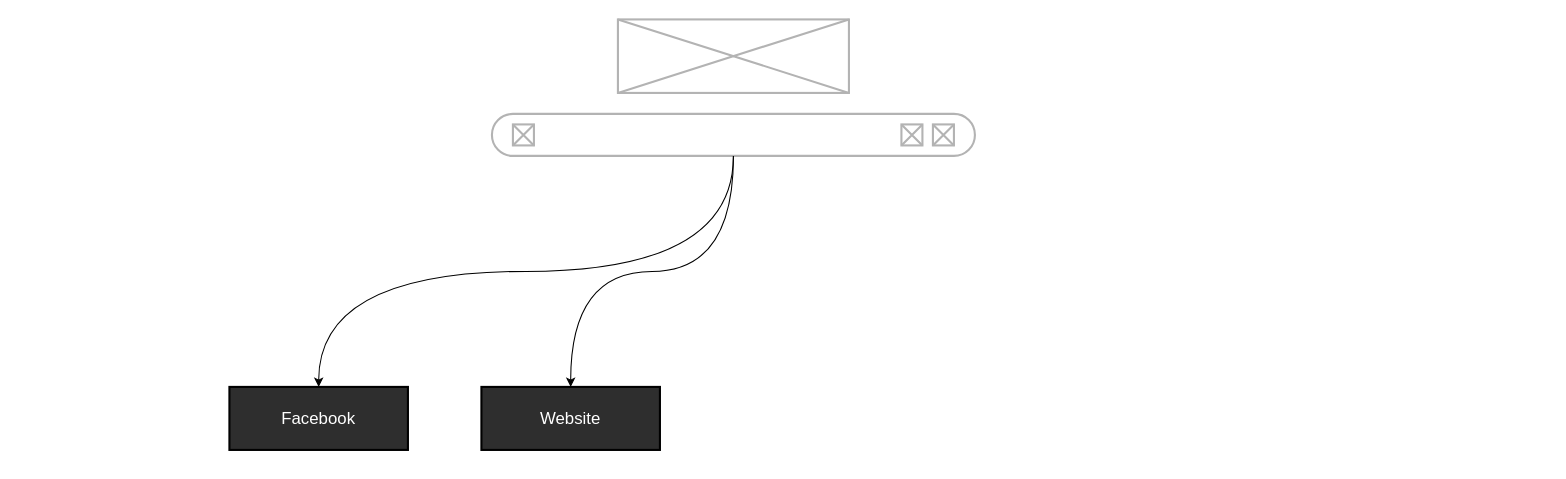
Earlier version of the draw.io diagram page "Page-13" (13 of 15) of src/pam.drawio (pegandoasmanhas/pam). Source tidied: cells renumbered, new cells numbered last; positions are measured from the earlier drawing's top-left corner, leaving out a move shared by most shapes. Both pictures are drawn from the tidied source at 105%, with x=0, y=0 at pixel (229, 19).
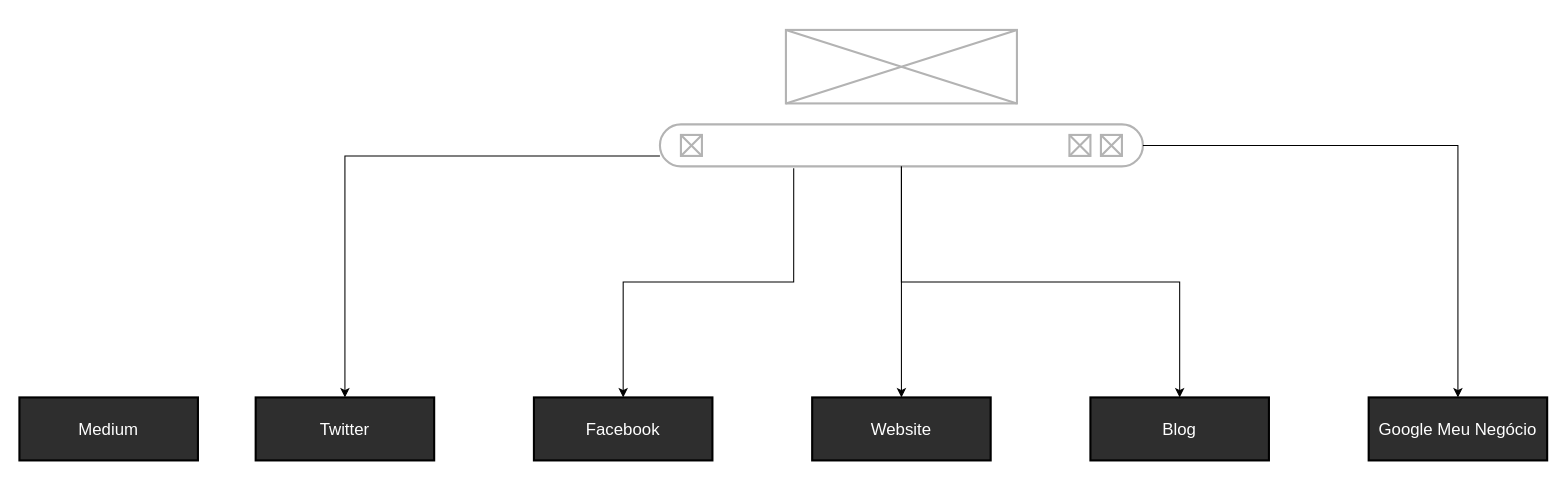
The same page after the edit.

The change refers to these unchanged cells:
```xml
<mxCell id="6" style="rounded=1;whiteSpace=wrap;html=1;sketch=0;fillWeight=-2;hachureGap=-1;hachureAngle=-41;jiggle=1;curveFitting=0.95;sketchStyle=rough;fontFamily=Comic Sans MS;fontSize=100;strokeWidth=2;arcSize=50;fillColor=none;fontColor=#CCCCCC;strokeColor=#B3B3B3;" parent="5" vertex="1">
  <mxGeometry width="460" height="40" as="geometry" />
</mxCell>
```

What changed in the source:
```diff
@@
     <mxCell id="2" value="&lt;span style=&quot;font-size: 16px&quot;&gt;Facebook&lt;/span&gt;" style="rounded=0;whiteSpace=wrap;html=1;fontFamily=Helvetica;fontSize=16;align=center;strokeColor=#000000;strokeWidth=2;sketch=0;fillStyle=solid;fillColor=#2E2E2E;fontColor=#FFFFFF;" parent="1" vertex="1">
-      <mxGeometry y="350" width="170" height="60" as="geometry" />
+      <mxGeometry x="290" y="360" width="170" height="60" as="geometry" />
     </mxCell>
     <mxCell id="3" style="group;" parent="1" vertex="1">
-      <mxGeometry x="250" width="460" height="130" as="geometry" />
+      <mxGeometry x="410" y="10" width="460" height="130" as="geometry" />
     </mxCell>
@@
     <mxCell id="10" value="&lt;span style=&quot;font-size: 16px&quot;&gt;Website&lt;/span&gt;" style="rounded=0;whiteSpace=wrap;html=1;fontFamily=Helvetica;fontSize=16;align=center;strokeColor=#000000;strokeWidth=2;sketch=0;fillStyle=solid;fillColor=#2E2E2E;fontColor=#FFFFFF;" parent="1" vertex="1">
-      <mxGeometry x="240" y="350" width="170" height="60" as="geometry" />
+      <mxGeometry x="555" y="360" width="170" height="60" as="geometry" />
     </mxCell>
-    <mxCell id="11" style="edgeStyle=orthogonalEdgeStyle;rounded=0;jettySize=auto;html=1;entryX=0.5;entryY=0;entryDx=0;entryDy=0;fontFamily=Helvetica;fontSize=16;fontColor=#FFFFFF;curved=1;" parent="1" edge="1" source="6" target="10">
+    <mxCell id="11" style="edgeStyle=orthogonalEdgeStyle;rounded=0;jettySize=auto;html=1;entryX=0.5;entryY=0;entryDx=0;entryDy=0;fontFamily=Helvetica;fontSize=16;fontColor=#FFFFFF;" parent="1" edge="1" source="6" target="10">
       <mxGeometry relative="1" as="geometry" />
     </mxCell>
-    <mxCell id="12" style="edgeStyle=orthogonalEdgeStyle;curved=1;rounded=0;jettySize=auto;html=1;entryX=0.5;entryY=0;entryDx=0;entryDy=0;fontFamily=Helvetica;fontSize=16;fontColor=#FFFFFF;exitX=0.5;exitY=1;exitDx=0;exitDy=0;" parent="1" edge="1" source="6" target="2">
+    <mxCell id="12" style="edgeStyle=orthogonalEdgeStyle;rounded=0;jettySize=auto;html=1;entryX=0.5;entryY=0;entryDx=0;entryDy=0;fontFamily=Helvetica;fontSize=16;fontColor=#FFFFFF;exitX=0.277;exitY=1.044;exitDx=0;exitDy=0;exitPerimeter=0;" parent="1" edge="1" source="6" target="2">
       <mxGeometry relative="1" as="geometry" />
     </mxCell>
+    <mxCell id="13" value="&lt;span style=&quot;font-size: 16px&quot;&gt;Twitter&lt;/span&gt;" style="rounded=0;whiteSpace=wrap;html=1;fontFamily=Helvetica;fontSize=16;align=center;strokeColor=#000000;strokeWidth=2;sketch=0;fillStyle=solid;fillColor=#2E2E2E;fontColor=#FFFFFF;" parent="1" vertex="1">
+      <mxGeometry x="25" y="360" width="170" height="60" as="geometry" />
+    </mxCell>
+    <mxCell id="14" style="edgeStyle=orthogonalEdgeStyle;rounded=0;jettySize=auto;html=1;fontFamily=Helvetica;fontSize=16;fontColor=#FFFFFF;" parent="1" edge="1" source="6" target="13">
+      <mxGeometry relative="1" as="geometry">
+        <Array as="points">
+          <mxPoint x="110" y="130" />
+        </Array>
+      </mxGeometry>
+    </mxCell>
+    <mxCell id="15" value="&lt;span style=&quot;font-size: 16px&quot;&gt;Google Meu Negócio&lt;/span&gt;" style="rounded=0;whiteSpace=wrap;html=1;fontFamily=Helvetica;fontSize=16;align=center;strokeColor=#000000;strokeWidth=2;sketch=0;fillStyle=solid;fillColor=#2E2E2E;fontColor=#FFFFFF;" parent="1" vertex="1">
+      <mxGeometry x="1085" y="360" width="170" height="60" as="geometry" />
+    </mxCell>
+    <mxCell id="16" style="edgeStyle=orthogonalEdgeStyle;rounded=0;jettySize=auto;html=1;entryX=0.5;entryY=0;entryDx=0;entryDy=0;fontFamily=Helvetica;fontSize=16;fontColor=#FFFFFF;" parent="1" edge="1" source="6" target="15">
+      <mxGeometry relative="1" as="geometry" />
+    </mxCell>
+    <mxCell id="17" value="Blog" style="rounded=0;whiteSpace=wrap;html=1;fontFamily=Helvetica;fontSize=16;align=center;strokeColor=#000000;strokeWidth=2;sketch=0;fillStyle=solid;fillColor=#2E2E2E;fontColor=#FFFFFF;" parent="1" vertex="1">
+      <mxGeometry x="820" y="360" width="170" height="60" as="geometry" />
+    </mxCell>
+    <mxCell id="18" style="edgeStyle=orthogonalEdgeStyle;rounded=0;jettySize=auto;html=1;entryX=0.5;entryY=0;entryDx=0;entryDy=0;fontFamily=Helvetica;fontSize=16;fontColor=#FFFFFF;" parent="1" edge="1" source="6" target="17">
+      <mxGeometry relative="1" as="geometry" />
+    </mxCell>
+    <mxCell id="19" value="&lt;span style=&quot;font-size: 16px&quot;&gt;Medium&lt;/span&gt;" style="rounded=0;whiteSpace=wrap;html=1;fontFamily=Helvetica;fontSize=16;align=center;strokeColor=#000000;strokeWidth=2;sketch=0;fillStyle=solid;fillColor=#2E2E2E;fontColor=#FFFFFF;" parent="1" vertex="1">
+      <mxGeometry x="-200" y="360" width="170" height="60" as="geometry" />
+    </mxCell>
```
